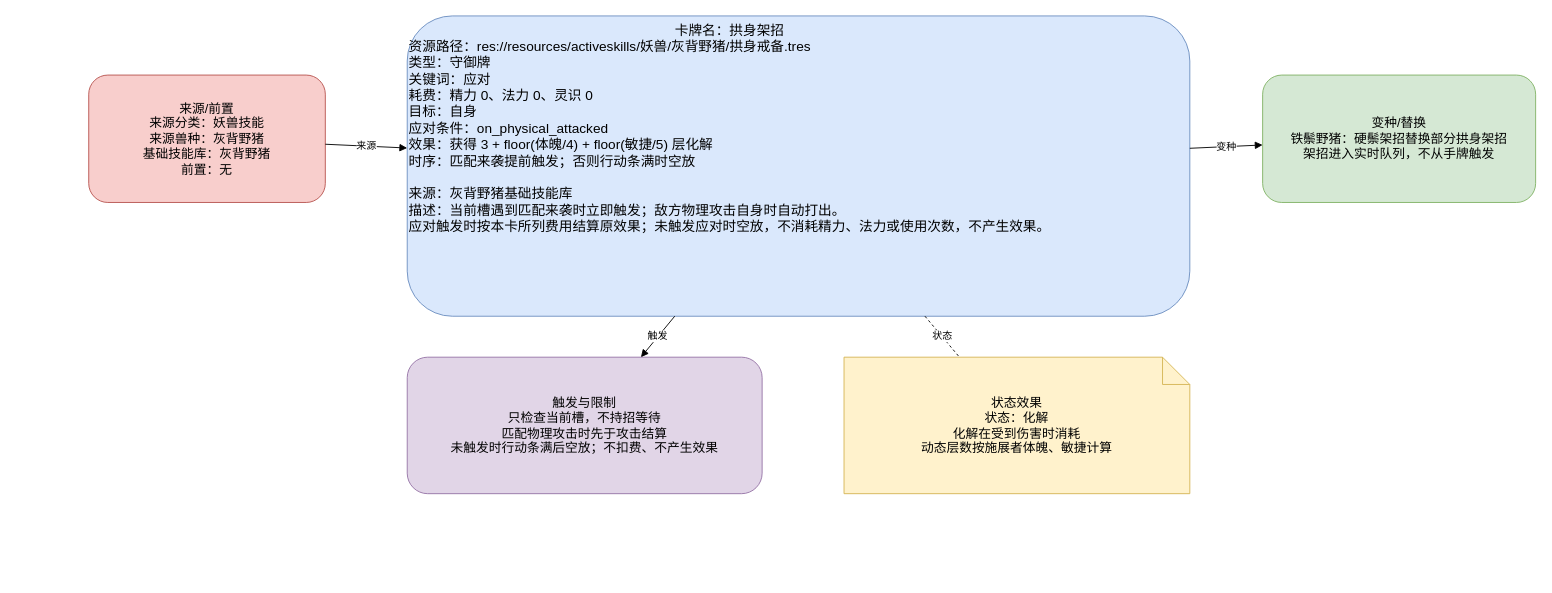
The draw.io diagram page "拱身架招" (1 of 2) of docs/卡牌词典/妖兽/灰背野猪/拱身架招.drawio in ankundanetracyc-spec/tian-guan-you-du, before the edit. Source tidied: cells renumbered, new cells numbered last; positions are measured from the earlier drawing's top-left corner, leaving out a move shared by most shapes. Both pictures are drawn from the tidied source at 91%, with x=0, y=0 at pixel (88, 15).
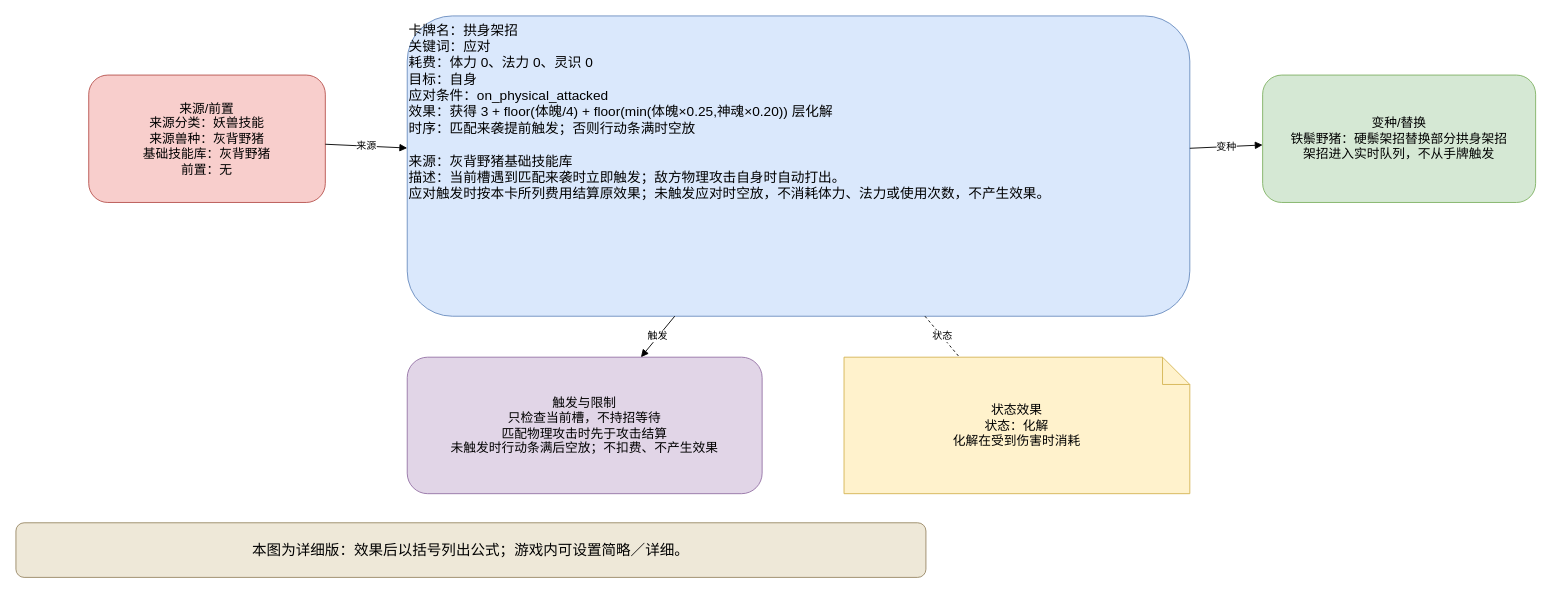
After the change.

Change to the diagram source:
```diff
@@
 <mxGraphModel>
   <root>
     <mxCell id="0" />
     <mxCell id="1" parent="0" />
-    <mxCell id="2" value="&lt;div style=&quot;text-align:center;&quot;&gt;卡牌名：拱身架招&lt;/div&gt;&lt;div style=&quot;text-align:left;&quot;&gt;资源路径：res://resources/activeskills/妖兽/灰背野猪/拱身戒备.tres&lt;br&gt;类型：守御牌&lt;br&gt;关键词：应对&lt;br&gt;耗费：精力 0、法力 0、灵识 0&lt;br&gt;目标：自身&lt;br&gt;应对条件：on_physical_attacked&lt;br&gt;效果：获得 3 + floor(体魄/4) + floor(敏捷/5) 层化解&lt;br&gt;时序：匹配来袭提前触发；否则行动条满时空放&lt;/div&gt;&lt;br&gt;来源：灰背野猪基础技能库&lt;br&gt;描述：当前槽遇到匹配来袭时立即触发；敌方物理攻击自身时自动打出。&lt;br&gt;应对触发时按本卡所列费用结算原效果；未触发应对时空放，不消耗精力、法力或使用次数，不产生效果。" style="rounded=1;whiteSpace=wrap;html=1;fillColor=#dae8fc;strokeColor=#6c8ebf;fontSize=15;align=left;verticalAlign=top;" parent="1" vertex="1">
+    <mxCell id="2" value="卡牌名：拱身架招&#10;关键词：应对&#10;耗费：体力 0、法力 0、灵识 0&#10;目标：自身&#10;应对条件：on_physical_attacked&#10;效果：获得 3 + floor(体魄/4) + floor(min(体魄×0.25,神魂×0.20)) 层化解&#10;时序：匹配来袭提前触发；否则行动条满时空放&#10;&#10;来源：灰背野猪基础技能库&#10;描述：当前槽遇到匹配来袭时立即触发；敌方物理攻击自身时自动打出。&#10;应对触发时按本卡所列费用结算原效果；未触发应对时空放，不消耗体力、法力或使用次数，不产生效果。" style="rounded=1;whiteSpace=wrap;html=1;fillColor=#dae8fc;strokeColor=#6c8ebf;fontSize=15;align=left;verticalAlign=top;" parent="1" vertex="1">
       <mxGeometry x="350" width="860" height="330" as="geometry" />
     </mxCell>
     <mxCell id="3" value="来源/前置&#10;来源分类：妖兽技能&#10;来源兽种：灰背野猪&#10;基础技能库：灰背野猪&#10;前置：无" style="rounded=1;whiteSpace=wrap;html=1;fillColor=#f8cecc;strokeColor=#b85450;fontSize=14;" parent="1" vertex="1">
       <mxGeometry y="65" width="260" height="140" as="geometry" />
     </mxCell>
     <mxCell id="4" value="变种/替换&#10;铁鬃野猪：硬鬃架招替换部分拱身架招&#10;架招进入实时队列，不从手牌触发" style="rounded=1;whiteSpace=wrap;html=1;fillColor=#d5e8d4;strokeColor=#82b366;fontSize=14;" parent="1" vertex="1">
       <mxGeometry x="1290" y="65" width="300" height="140" as="geometry" />
     </mxCell>
     <mxCell id="5" value="触发与限制&#10;只检查当前槽，不持招等待&#10;匹配物理攻击时先于攻击结算&#10;未触发时行动条满后空放；不扣费、不产生效果" style="rounded=1;whiteSpace=wrap;html=1;fillColor=#e1d5e7;strokeColor=#9673a6;fontSize=14;" parent="1" vertex="1">
       <mxGeometry x="350" y="375" width="390" height="150" as="geometry" />
     </mxCell>
-    <mxCell id="6" value="状态效果&#10;状态：化解&#10;化解在受到伤害时消耗&#10;动态层数按施展者体魄、敏捷计算" style="shape=note;whiteSpace=wrap;html=1;fillColor=#fff2cc;strokeColor=#d6b656;fontSize=14;" parent="1" vertex="1">
+    <mxCell id="6" value="状态效果&#10;状态：化解&#10;化解在受到伤害时消耗" style="shape=note;whiteSpace=wrap;html=1;fillColor=#fff2cc;strokeColor=#d6b656;fontSize=14;" parent="1" vertex="1">
       <mxGeometry x="830" y="375" width="380" height="150" as="geometry" />
     </mxCell>
     <mxCell id="7" value="来源" style="endArrow=block;html=1;rounded=0;" parent="1" edge="1" source="3" target="2">
       <mxGeometry relative="1" as="geometry" />
     </mxCell>
     <mxCell id="8" value="变种" style="endArrow=block;html=1;rounded=0;" parent="1" edge="1" source="2" target="4">
       <mxGeometry relative="1" as="geometry" />
     </mxCell>
     <mxCell id="9" value="触发" style="endArrow=block;html=1;rounded=0;" parent="1" edge="1" source="2" target="5">
       <mxGeometry relative="1" as="geometry" />
     </mxCell>
     <mxCell id="10" value="状态" style="endArrow=none;dashed=1;html=1;" parent="1" edge="1" source="2" target="6">
       <mxGeometry relative="1" as="geometry" />
     </mxCell>
+    <mxCell id="11" value="本图为详细版：效果后以括号列出公式；游戏内可设置简略／详细。" style="rounded=1;whiteSpace=wrap;html=1;fillColor=#eee8d8;strokeColor=#9a8967;fontSize=16;" parent="1" vertex="1">
+      <mxGeometry x="-80" y="557" width="1000" height="60" as="geometry" />
+    </mxCell>
   </root>
 </mxGraphModel>
```
